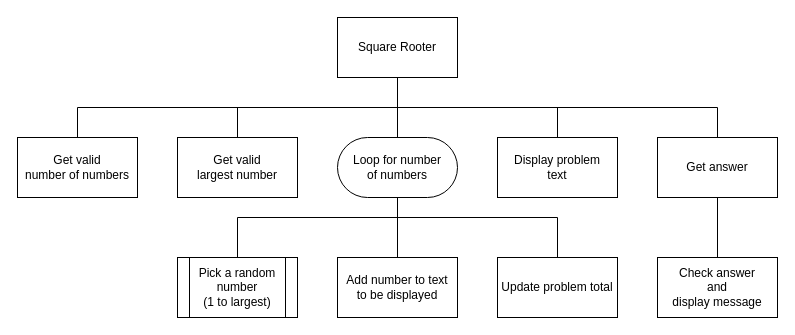
MrFriendCS/MrFriendCS.github.io keeps this draw.io diagram as page "sd2" (2 of 2) of n5-cs/sdd/N5-SDD-Summer2/assets/N5 SDD Summer.drawio. Above is the earlier version. Source tidied: cells renumbered, new cells numbered last; positions are measured from the earlier drawing's top-left corner, leaving out a move shared by most shapes. Both pictures are drawn from the tidied source at 100%, with x=0, y=0 at pixel (17, 17).
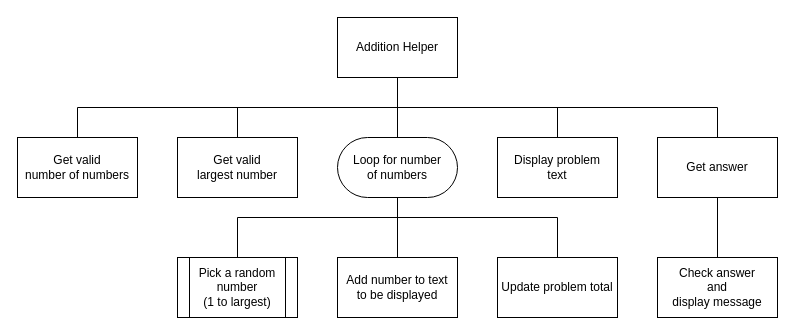
Above is the later version.

The edit, as a diff of the source:
```diff
@@
-    <mxCell id="3" value="Square Rooter" style="rounded=0;whiteSpace=wrap;html=1;fillColor=none;" parent="1" vertex="1">
+    <mxCell id="3" value="Addition Helper" style="rounded=0;whiteSpace=wrap;html=1;fillColor=none;" parent="1" vertex="1">
       <mxGeometry x="320" width="120" height="60" as="geometry" />
     </mxCell>
```
